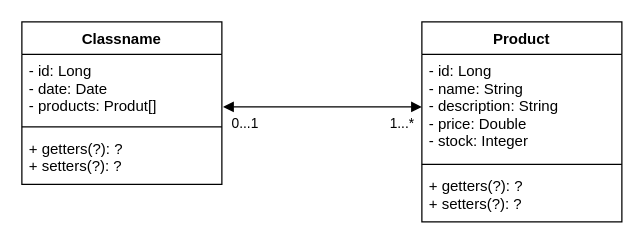
Above: teste.drawio in augustocesarsousa/draw-io (draw.io), before the change. Source tidied: cells renumbered, new cells numbered last; positions are measured from the earlier drawing's top-left corner, leaving out a move shared by most shapes. Both pictures are drawn from the tidied source at 125%, with x=0, y=0 at pixel (21, 21).
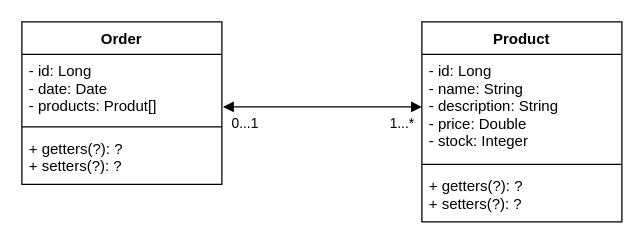
After the change.

Diff of the diagram source:
```diff
@@
 <mxGraphModel>
   <root>
     <mxCell id="0" />
     <mxCell id="1" parent="0" />
     <mxCell id="2" value="Product" style="swimlane;fontStyle=1;align=center;verticalAlign=top;horizontal=1;startSize=26;" parent="1" vertex="1">
       <mxGeometry x="320" width="160" height="160" as="geometry" />
     </mxCell>
     <mxCell id="3" value="- id: Long&#10;- name: String&#10;- description: String&#10;- price: Double&#10;- stock: Integer" style="text;strokeColor=none;fillColor=none;align=left;verticalAlign=top;spacingLeft=4;spacingRight=4;overflow=hidden;points=[[0,0.5],[1,0.5]];portConstraint=eastwest;" parent="2" vertex="1">
       <mxGeometry y="26" width="160" height="84" as="geometry" />
     </mxCell>
     <mxCell id="4" style="line;strokeWidth=1;fillColor=none;align=left;verticalAlign=middle;spacingTop=-1;spacingLeft=3;spacingRight=3;labelPosition=right;strokeColor=inherit;" parent="2" vertex="1">
       <mxGeometry y="110" width="160" height="8" as="geometry" />
     </mxCell>
     <mxCell id="5" value="+ getters(?): ?&#10;+ setters(?): ?" style="text;strokeColor=none;fillColor=none;align=left;verticalAlign=top;spacingLeft=4;spacingRight=4;overflow=hidden;" parent="2" vertex="1">
       <mxGeometry y="118" width="160" height="42" as="geometry" />
     </mxCell>
-    <mxCell id="6" value="Classname" style="swimlane;fontStyle=1;align=center;verticalAlign=top;horizontal=1;startSize=26;" parent="1" vertex="1">
+    <mxCell id="6" value="Order" style="swimlane;fontStyle=1;align=center;verticalAlign=top;horizontal=1;startSize=26;" parent="1" vertex="1">
       <mxGeometry width="160" height="130" as="geometry" />
     </mxCell>
     <mxCell id="7" value="- id: Long&#10;- date: Date&#10;- products: Produt[]" style="text;strokeColor=none;fillColor=none;align=left;verticalAlign=top;spacingLeft=4;spacingRight=4;overflow=hidden;points=[[0,0.5],[1,0.5]];portConstraint=eastwest;" parent="6" vertex="1">
       <mxGeometry y="26" width="160" height="54" as="geometry" />
     </mxCell>
     <mxCell id="8" style="line;strokeWidth=1;fillColor=none;align=left;verticalAlign=middle;spacingTop=-1;spacingLeft=3;spacingRight=3;labelPosition=right;strokeColor=inherit;" parent="6" vertex="1">
       <mxGeometry y="80" width="160" height="8" as="geometry" />
     </mxCell>
     <mxCell id="9" value="+ getters(?): ?&#10;+ setters(?): ?" style="text;strokeColor=none;fillColor=none;align=left;verticalAlign=top;spacingLeft=4;spacingRight=4;overflow=hidden;" parent="6" vertex="1">
       <mxGeometry y="88" width="160" height="42" as="geometry" />
     </mxCell>
     <mxCell id="10" style="endArrow=block;startArrow=block;endFill=1;startFill=1;html=1;rounded=0;exitX=1.006;exitY=0.778;exitDx=0;exitDy=0;exitPerimeter=0;entryX=0;entryY=0.5;entryDx=0;entryDy=0;" parent="1" edge="1" source="7" target="3">
       <mxGeometry relative="1" as="geometry">
         <Array as="points">
           <mxPoint x="240" y="68" />
         </Array>
       </mxGeometry>
     </mxCell>
     <mxCell id="11" value="0...1&amp;nbsp;" style="edgeLabel;html=1;align=center;verticalAlign=middle;" parent="10" vertex="1">
       <mxGeometry x="-0.85" y="-3" relative="1" as="geometry">
         <mxPoint x="7" y="9" as="offset" />
       </mxGeometry>
     </mxCell>
     <mxCell id="12" value="1...*" style="edgeLabel;html=1;align=center;verticalAlign=middle;" parent="10" vertex="1">
       <mxGeometry x="0.8" relative="1" as="geometry">
         <mxPoint y="12" as="offset" />
       </mxGeometry>
     </mxCell>
   </root>
 </mxGraphModel>
```
